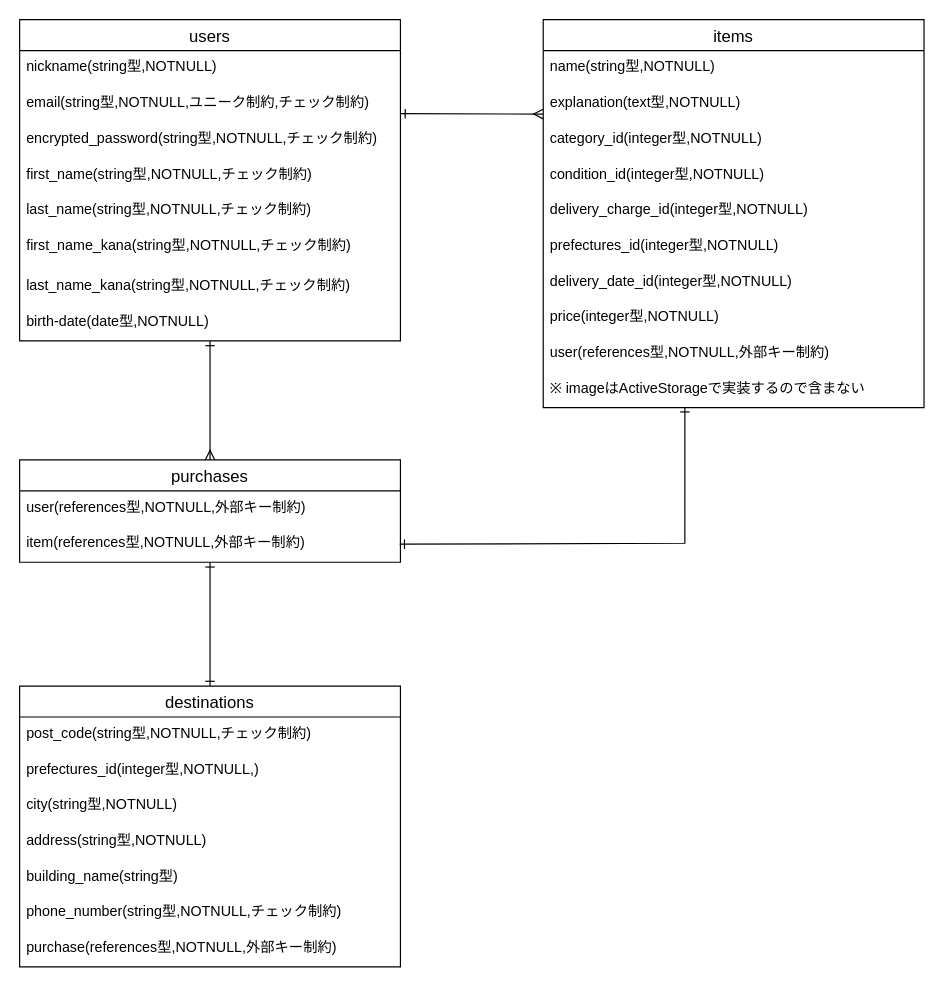
This is furima.dio from genkikonno/furima-37489, a draw.io file, before an edit. Source tidied: cells renumbered, new cells numbered last; positions are measured from the earlier drawing's top-left corner, leaving out a move shared by most shapes. Both pictures are drawn from the tidied source at 119%, with x=0, y=0 at pixel (19, 19).
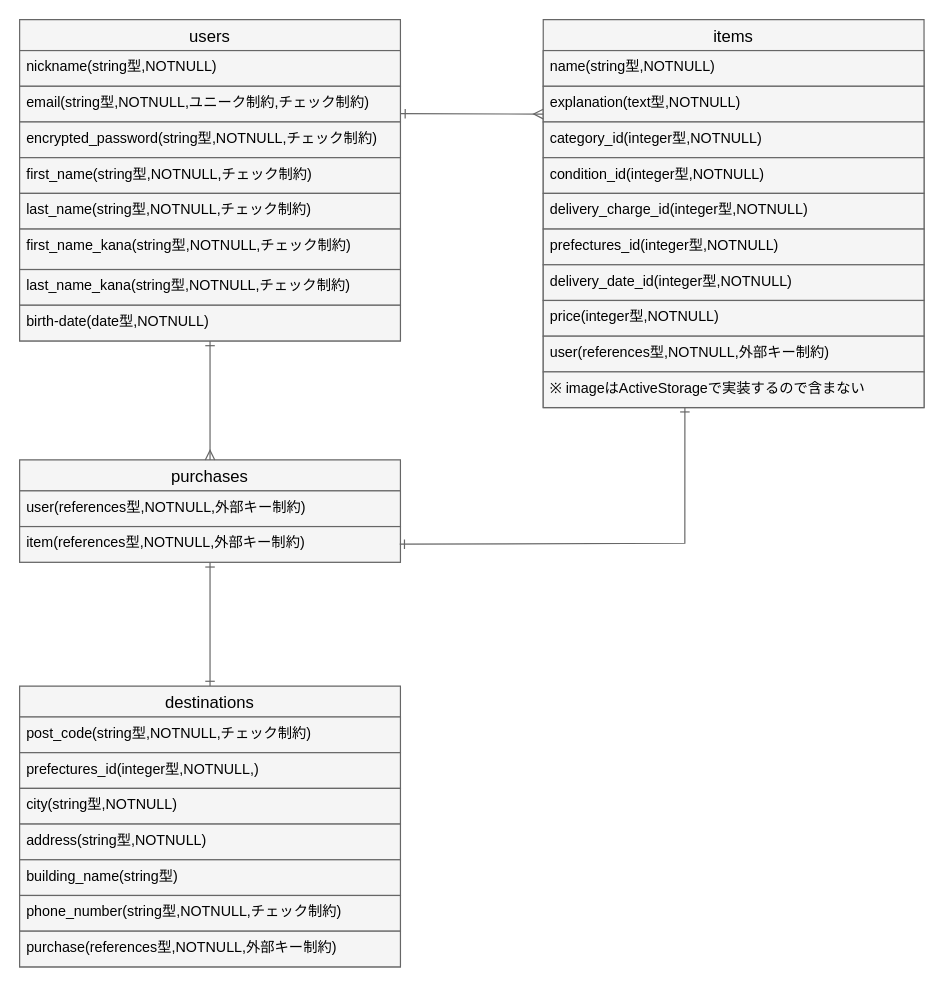
The same diagram, later.

The edit, as a diff of the source:
```diff
@@
-    <mxCell id="2" value="users" style="swimlane;fontStyle=0;horizontal=1;startSize=26;align=center;fontSize=14;" parent="1" vertex="1">
+    <mxCell id="2" value="users" style="swimlane;fontStyle=0;horizontal=1;startSize=26;align=center;fontSize=14;fillColor=#f5f5f5;strokeColor=#666666;fontColor=#000000;" parent="1" vertex="1">
       <mxGeometry width="320" height="270" as="geometry" />
     </mxCell>
-    <mxCell id="3" value="nickname(string型,NOTNULL)" style="text;strokeColor=none;fillColor=none;spacingLeft=4;spacingRight=4;overflow=hidden;fontSize=12;" parent="2" vertex="1">
+    <mxCell id="3" value="nickname(string型,NOTNULL)" style="text;strokeColor=#666666;fillColor=#f5f5f5;spacingLeft=4;spacingRight=4;overflow=hidden;fontSize=12;fontColor=#000000;" parent="2" vertex="1">
       <mxGeometry y="26" width="320" height="30" as="geometry" />
     </mxCell>
-    <mxCell id="4" value="email(string型,NOTNULL,ユニーク制約,チェック制約)" style="text;strokeColor=none;fillColor=none;spacingLeft=4;spacingRight=4;overflow=hidden;fontSize=12;" parent="2" vertex="1">
+    <mxCell id="4" value="email(string型,NOTNULL,ユニーク制約,チェック制約)" style="text;strokeColor=#666666;fillColor=#f5f5f5;spacingLeft=4;spacingRight=4;overflow=hidden;fontSize=12;fontColor=#000000;" parent="2" vertex="1">
       <mxGeometry y="56" width="320" height="30" as="geometry" />
     </mxCell>
-    <mxCell id="5" value="encrypted_password(string型,NOTNULL,チェック制約)" style="text;strokeColor=none;fillColor=none;spacingLeft=4;spacingRight=4;overflow=hidden;fontSize=12;" parent="2" vertex="1">
+    <mxCell id="5" value="encrypted_password(string型,NOTNULL,チェック制約)" style="text;strokeColor=#666666;fillColor=#f5f5f5;spacingLeft=4;spacingRight=4;overflow=hidden;fontSize=12;fontColor=#000000;" parent="2" vertex="1">
       <mxGeometry y="86" width="320" height="30" as="geometry" />
     </mxCell>
-    <mxCell id="6" value="first_name(string型,NOTNULL,チェック制約)" style="text;strokeColor=none;fillColor=none;spacingLeft=4;spacingRight=4;overflow=hidden;fontSize=12;" parent="2" vertex="1">
+    <mxCell id="6" value="first_name(string型,NOTNULL,チェック制約)" style="text;strokeColor=#666666;fillColor=#f5f5f5;spacingLeft=4;spacingRight=4;overflow=hidden;fontSize=12;fontColor=#000000;" parent="2" vertex="1">
       <mxGeometry y="116" width="320" height="30" as="geometry" />
     </mxCell>
-    <mxCell id="7" value="last_name(string型,NOTNULL,チェック制約)" style="text;strokeColor=none;fillColor=none;spacingLeft=4;spacingRight=4;overflow=hidden;fontSize=12;" parent="2" vertex="1">
+    <mxCell id="7" value="last_name(string型,NOTNULL,チェック制約)" style="text;strokeColor=#666666;fillColor=#f5f5f5;spacingLeft=4;spacingRight=4;overflow=hidden;fontSize=12;fontColor=#000000;" parent="2" vertex="1">
       <mxGeometry y="146" width="320" height="30" as="geometry" />
     </mxCell>
-    <mxCell id="8" value="first_name_kana(string型,NOTNULL,チェック制約)" style="text;strokeColor=none;fillColor=none;spacingLeft=4;spacingRight=4;overflow=hidden;fontSize=12;" parent="2" vertex="1">
+    <mxCell id="8" value="first_name_kana(string型,NOTNULL,チェック制約)" style="text;strokeColor=#666666;fillColor=#f5f5f5;spacingLeft=4;spacingRight=4;overflow=hidden;fontSize=12;fontColor=#000000;" parent="2" vertex="1">
       <mxGeometry y="176" width="320" height="34" as="geometry" />
     </mxCell>
-    <mxCell id="9" value="last_name_kana(string型,NOTNULL,チェック制約)" style="text;strokeColor=none;fillColor=none;spacingLeft=4;spacingRight=4;overflow=hidden;fontSize=12;" parent="2" vertex="1">
+    <mxCell id="9" value="last_name_kana(string型,NOTNULL,チェック制約)" style="text;strokeColor=#666666;fillColor=#f5f5f5;spacingLeft=4;spacingRight=4;overflow=hidden;fontSize=12;fontColor=#000000;" parent="2" vertex="1">
       <mxGeometry y="210" width="320" height="30" as="geometry" />
     </mxCell>
-    <mxCell id="10" value="birth-date(date型,NOTNULL)" style="text;strokeColor=none;fillColor=none;spacingLeft=4;spacingRight=4;overflow=hidden;fontSize=12;" parent="2" vertex="1">
+    <mxCell id="10" value="birth-date(date型,NOTNULL)" style="text;strokeColor=#666666;fillColor=#f5f5f5;spacingLeft=4;spacingRight=4;overflow=hidden;fontSize=12;fontColor=#000000;" parent="2" vertex="1">
       <mxGeometry y="240" width="320" height="30" as="geometry" />
     </mxCell>
-    <mxCell id="11" value="items" style="swimlane;fontStyle=0;horizontal=1;startSize=26;align=center;fontSize=14;" parent="1" vertex="1">
+    <mxCell id="11" value="items" style="swimlane;fontStyle=0;horizontal=1;startSize=26;align=center;fontSize=14;fillColor=#f5f5f5;strokeColor=#666666;fontColor=#000000;" parent="1" vertex="1">
       <mxGeometry x="440" width="320" height="326" as="geometry" />
     </mxCell>
-    <mxCell id="12" value="name(string型,NOTNULL)" style="text;strokeColor=none;fillColor=none;spacingLeft=4;spacingRight=4;overflow=hidden;fontSize=12;" parent="11" vertex="1">
+    <mxCell id="12" value="name(string型,NOTNULL)" style="text;strokeColor=#666666;fillColor=#f5f5f5;spacingLeft=4;spacingRight=4;overflow=hidden;fontSize=12;fontColor=#000000;" parent="11" vertex="1">
       <mxGeometry y="26" width="320" height="30" as="geometry" />
     </mxCell>
-    <mxCell id="13" value="explanation(text型,NOTNULL)" style="text;strokeColor=none;fillColor=none;spacingLeft=4;spacingRight=4;overflow=hidden;points=[[0,0.5],[1,0.5]];portConstraint=eastwest;fontSize=12;" parent="11" vertex="1">
+    <mxCell id="13" value="explanation(text型,NOTNULL)" style="text;strokeColor=#666666;fillColor=#f5f5f5;spacingLeft=4;spacingRight=4;overflow=hidden;points=[[0,0.5],[1,0.5]];portConstraint=eastwest;fontSize=12;fontColor=#000000;" parent="11" vertex="1">
       <mxGeometry y="56" width="320" height="30" as="geometry" />
     </mxCell>
-    <mxCell id="14" value="category_id(integer型,NOTNULL)" style="text;strokeColor=none;fillColor=none;spacingLeft=4;spacingRight=4;overflow=hidden;fontSize=12;" parent="11" vertex="1">
+    <mxCell id="14" value="category_id(integer型,NOTNULL)" style="text;strokeColor=#666666;fillColor=#f5f5f5;spacingLeft=4;spacingRight=4;overflow=hidden;fontSize=12;fontColor=#000000;" parent="11" vertex="1">
       <mxGeometry y="86" width="320" height="30" as="geometry" />
     </mxCell>
-    <mxCell id="15" value="condition_id(integer型,NOTNULL)" style="text;strokeColor=none;fillColor=none;spacingLeft=4;spacingRight=4;overflow=hidden;fontSize=12;" parent="11" vertex="1">
+    <mxCell id="15" value="condition_id(integer型,NOTNULL)" style="text;strokeColor=#666666;fillColor=#f5f5f5;spacingLeft=4;spacingRight=4;overflow=hidden;fontSize=12;fontColor=#000000;" parent="11" vertex="1">
       <mxGeometry y="116" width="320" height="30" as="geometry" />
     </mxCell>
-    <mxCell id="16" value="delivery_charge_id(integer型,NOTNULL)" style="text;strokeColor=none;fillColor=none;spacingLeft=4;spacingRight=4;overflow=hidden;fontSize=12;" parent="11" vertex="1">
+    <mxCell id="16" value="delivery_charge_id(integer型,NOTNULL)" style="text;strokeColor=#666666;fillColor=#f5f5f5;spacingLeft=4;spacingRight=4;overflow=hidden;fontSize=12;fontColor=#000000;" parent="11" vertex="1">
       <mxGeometry y="146" width="320" height="30" as="geometry" />
     </mxCell>
-    <mxCell id="17" value="prefectures_id(integer型,NOTNULL)" style="text;strokeColor=none;fillColor=none;spacingLeft=4;spacingRight=4;overflow=hidden;fontSize=12;" parent="11" vertex="1">
+    <mxCell id="17" value="prefectures_id(integer型,NOTNULL)" style="text;strokeColor=#666666;fillColor=#f5f5f5;spacingLeft=4;spacingRight=4;overflow=hidden;fontSize=12;fontColor=#000000;" parent="11" vertex="1">
       <mxGeometry y="176" width="320" height="30" as="geometry" />
     </mxCell>
-    <mxCell id="18" value="delivery_date_id(integer型,NOTNULL)" style="text;strokeColor=none;fillColor=none;spacingLeft=4;spacingRight=4;overflow=hidden;fontSize=12;" parent="11" vertex="1">
+    <mxCell id="18" value="delivery_date_id(integer型,NOTNULL)" style="text;strokeColor=#666666;fillColor=#f5f5f5;spacingLeft=4;spacingRight=4;overflow=hidden;fontSize=12;fontColor=#000000;" parent="11" vertex="1">
       <mxGeometry y="206" width="320" height="30" as="geometry" />
     </mxCell>
-    <mxCell id="19" value="price(integer型,NOTNULL)" style="text;strokeColor=none;fillColor=none;spacingLeft=4;spacingRight=4;overflow=hidden;fontSize=12;" parent="11" vertex="1">
+    <mxCell id="19" value="price(integer型,NOTNULL)" style="text;strokeColor=#666666;fillColor=#f5f5f5;spacingLeft=4;spacingRight=4;overflow=hidden;fontSize=12;fontColor=#000000;" parent="11" vertex="1">
       <mxGeometry y="236" width="320" height="30" as="geometry" />
     </mxCell>
-    <mxCell id="20" value="user(references型,NOTNULL,外部キー制約)" style="text;strokeColor=none;fillColor=none;spacingLeft=4;spacingRight=4;overflow=hidden;fontSize=12;" parent="11" vertex="1">
+    <mxCell id="20" value="user(references型,NOTNULL,外部キー制約)" style="text;strokeColor=#666666;fillColor=#f5f5f5;spacingLeft=4;spacingRight=4;overflow=hidden;fontSize=12;fontColor=#000000;" parent="11" vertex="1">
       <mxGeometry y="266" width="320" height="30" as="geometry" />
     </mxCell>
-    <mxCell id="21" value="※ imageはActiveStorageで実装するので含まない" style="text;strokeColor=none;fillColor=none;spacingLeft=4;spacingRight=4;overflow=hidden;points=[[0,0.5],[1,0.5]];portConstraint=eastwest;fontSize=12;" parent="11" vertex="1">
+    <mxCell id="21" value="※ imageはActiveStorageで実装するので含まない" style="text;strokeColor=#666666;fillColor=#f5f5f5;spacingLeft=4;spacingRight=4;overflow=hidden;points=[[0,0.5],[1,0.5]];portConstraint=eastwest;fontSize=12;fontColor=#000000;" parent="11" vertex="1">
       <mxGeometry y="296" width="320" height="30" as="geometry" />
     </mxCell>
-    <mxCell id="22" value="purchases" style="swimlane;fontStyle=0;horizontal=1;startSize=26;align=center;fontSize=14;" parent="1" vertex="1">
+    <mxCell id="22" value="purchases" style="swimlane;fontStyle=0;horizontal=1;startSize=26;align=center;fontSize=14;fillColor=#f5f5f5;strokeColor=#666666;fontColor=#000000;" parent="1" vertex="1">
       <mxGeometry y="370" width="320" height="86" as="geometry" />
     </mxCell>
-    <mxCell id="23" value="user(references型,NOTNULL,外部キー制約)" style="text;strokeColor=none;fillColor=none;spacingLeft=4;spacingRight=4;overflow=hidden;fontSize=12;" parent="22" vertex="1">
+    <mxCell id="23" value="user(references型,NOTNULL,外部キー制約)" style="text;strokeColor=#666666;fillColor=#f5f5f5;spacingLeft=4;spacingRight=4;overflow=hidden;fontSize=12;fontColor=#000000;" parent="22" vertex="1">
       <mxGeometry y="26" width="320" height="30" as="geometry" />
     </mxCell>
-    <mxCell id="24" value="item(references型,NOTNULL,外部キー制約)" style="text;strokeColor=none;fillColor=none;spacingLeft=4;spacingRight=4;overflow=hidden;points=[[0,0.5],[1,0.5]];portConstraint=eastwest;fontSize=12;" parent="22" vertex="1">
+    <mxCell id="24" value="item(references型,NOTNULL,外部キー制約)" style="text;strokeColor=#666666;fillColor=#f5f5f5;spacingLeft=4;spacingRight=4;overflow=hidden;points=[[0,0.5],[1,0.5]];portConstraint=eastwest;fontSize=12;fontColor=#000000;" parent="22" vertex="1">
       <mxGeometry y="56" width="320" height="30" as="geometry" />
     </mxCell>
-    <mxCell id="25" style="fontSize=12;html=1;endArrow=ERmany;startArrow=ERone;entryX=0;entryY=0.779;entryDx=0;entryDy=0;entryPerimeter=0;startFill=0;endFill=0;" parent="1" edge="1" target="13">
+    <mxCell id="25" style="fontSize=12;html=1;endArrow=ERmany;startArrow=ERone;entryX=0;entryY=0.779;entryDx=0;entryDy=0;entryPerimeter=0;startFill=0;endFill=0;fillColor=#f5f5f5;strokeColor=#666666;fontColor=#000000;" parent="1" edge="1" target="13">
       <mxGeometry relative="1" as="geometry">
         <mxPoint x="320" y="79" as="sourcePoint" />
       </mxGeometry>
     </mxCell>
-    <mxCell id="26" style="endArrow=ERmany;html=1;rounded=0;entryX=0.5;entryY=0;entryDx=0;entryDy=0;exitX=0.5;exitY=1;exitDx=0;exitDy=0;startArrow=ERone;startFill=0;endFill=0;" parent="1" edge="1" source="2" target="22">
+    <mxCell id="26" style="endArrow=ERmany;html=1;rounded=0;entryX=0.5;entryY=0;entryDx=0;entryDy=0;exitX=0.5;exitY=1;exitDx=0;exitDy=0;startArrow=ERone;startFill=0;endFill=0;fillColor=#f5f5f5;strokeColor=#666666;fontColor=#000000;" parent="1" edge="1" source="2" target="22">
       <mxGeometry relative="1" as="geometry" />
     </mxCell>
-    <mxCell id="27" style="endArrow=ERone;html=1;rounded=0;startArrow=ERone;startFill=0;endFill=0;exitX=0.998;exitY=0.393;exitDx=0;exitDy=0;exitPerimeter=0;entryX=0.372;entryY=0.989;entryDx=0;entryDy=0;entryPerimeter=0;" parent="1" edge="1" target="21">
+    <mxCell id="27" style="endArrow=ERone;html=1;rounded=0;startArrow=ERone;startFill=0;endFill=0;exitX=0.998;exitY=0.393;exitDx=0;exitDy=0;exitPerimeter=0;entryX=0.372;entryY=0.989;entryDx=0;entryDy=0;entryPerimeter=0;fillColor=#f5f5f5;strokeColor=#666666;fontColor=#000000;" parent="1" edge="1" target="21">
       <mxGeometry relative="1" as="geometry">
         <mxPoint x="319.4" y="440.8" as="sourcePoint" />
         <Array as="points">
           <mxPoint x="559" y="440" />
         </Array>
       </mxGeometry>
     </mxCell>
-    <mxCell id="28" value="destinations" style="swimlane;fontStyle=0;horizontal=1;startSize=26;align=center;fontSize=14;" parent="1" vertex="1">
+    <mxCell id="28" value="destinations" style="swimlane;fontStyle=0;horizontal=1;startSize=26;align=center;fontSize=14;fillColor=#f5f5f5;strokeColor=#666666;fontColor=#000000;" parent="1" vertex="1">
       <mxGeometry y="560" width="320" height="236" as="geometry" />
     </mxCell>
-    <mxCell id="29" value="post_code(string型,NOTNULL,チェック制約)" style="text;strokeColor=none;fillColor=none;spacingLeft=4;spacingRight=4;overflow=hidden;fontSize=12;" parent="28" vertex="1">
+    <mxCell id="29" value="post_code(string型,NOTNULL,チェック制約)" style="text;strokeColor=#666666;fillColor=#f5f5f5;spacingLeft=4;spacingRight=4;overflow=hidden;fontSize=12;fontColor=#000000;" parent="28" vertex="1">
       <mxGeometry y="26" width="320" height="30" as="geometry" />
     </mxCell>
-    <mxCell id="30" value="prefectures_id(integer型,NOTNULL,)" style="text;strokeColor=none;fillColor=none;spacingLeft=4;spacingRight=4;overflow=hidden;fontSize=12;" parent="28" vertex="1">
+    <mxCell id="30" value="prefectures_id(integer型,NOTNULL,)" style="text;strokeColor=#666666;fillColor=#f5f5f5;spacingLeft=4;spacingRight=4;overflow=hidden;fontSize=12;fontColor=#000000;" parent="28" vertex="1">
       <mxGeometry y="56" width="320" height="30" as="geometry" />
     </mxCell>
-    <mxCell id="31" value="city(string型,NOTNULL)" style="text;strokeColor=none;fillColor=none;spacingLeft=4;spacingRight=4;overflow=hidden;fontSize=12;" parent="28" vertex="1">
+    <mxCell id="31" value="city(string型,NOTNULL)" style="text;strokeColor=#666666;fillColor=#f5f5f5;spacingLeft=4;spacingRight=4;overflow=hidden;fontSize=12;fontColor=#000000;" parent="28" vertex="1">
       <mxGeometry y="86" width="320" height="30" as="geometry" />
     </mxCell>
-    <mxCell id="32" value="address(string型,NOTNULL)" style="text;strokeColor=none;fillColor=none;spacingLeft=4;spacingRight=4;overflow=hidden;fontSize=12;" parent="28" vertex="1">
+    <mxCell id="32" value="address(string型,NOTNULL)" style="text;strokeColor=#666666;fillColor=#f5f5f5;spacingLeft=4;spacingRight=4;overflow=hidden;fontSize=12;fontColor=#000000;" parent="28" vertex="1">
       <mxGeometry y="116" width="320" height="30" as="geometry" />
     </mxCell>
-    <mxCell id="33" value="building_name(string型)" style="text;strokeColor=none;fillColor=none;spacingLeft=4;spacingRight=4;overflow=hidden;fontSize=12;" parent="28" vertex="1">
+    <mxCell id="33" value="building_name(string型)" style="text;strokeColor=#666666;fillColor=#f5f5f5;spacingLeft=4;spacingRight=4;overflow=hidden;fontSize=12;fontColor=#000000;" parent="28" vertex="1">
       <mxGeometry y="146" width="320" height="30" as="geometry" />
     </mxCell>
-    <mxCell id="34" value="phone_number(string型,NOTNULL,チェック制約)" style="text;strokeColor=none;fillColor=none;spacingLeft=4;spacingRight=4;overflow=hidden;fontSize=12;" parent="28" vertex="1">
+    <mxCell id="34" value="phone_number(string型,NOTNULL,チェック制約)" style="text;strokeColor=#666666;fillColor=#f5f5f5;spacingLeft=4;spacingRight=4;overflow=hidden;fontSize=12;fontColor=#000000;" parent="28" vertex="1">
       <mxGeometry y="176" width="320" height="30" as="geometry" />
     </mxCell>
-    <mxCell id="35" value="purchase(references型,NOTNULL,外部キー制約)" style="text;strokeColor=none;fillColor=none;spacingLeft=4;spacingRight=4;overflow=hidden;fontSize=12;" parent="28" vertex="1">
+    <mxCell id="35" value="purchase(references型,NOTNULL,外部キー制約)" style="text;strokeColor=#666666;fillColor=#f5f5f5;spacingLeft=4;spacingRight=4;overflow=hidden;fontSize=12;fontColor=#000000;" parent="28" vertex="1">
       <mxGeometry y="206" width="320" height="30" as="geometry" />
     </mxCell>
-    <mxCell id="36" style="endArrow=ERone;html=1;rounded=0;entryX=0.5;entryY=0;entryDx=0;entryDy=0;startArrow=ERone;startFill=0;endFill=0;" parent="1" edge="1" source="24" target="28">
+    <mxCell id="36" style="endArrow=ERone;html=1;rounded=0;entryX=0.5;entryY=0;entryDx=0;entryDy=0;startArrow=ERone;startFill=0;endFill=0;fillColor=#f5f5f5;strokeColor=#666666;fontColor=#000000;" parent="1" edge="1" source="24" target="28">
       <mxGeometry relative="1" as="geometry" />
     </mxCell>
```
